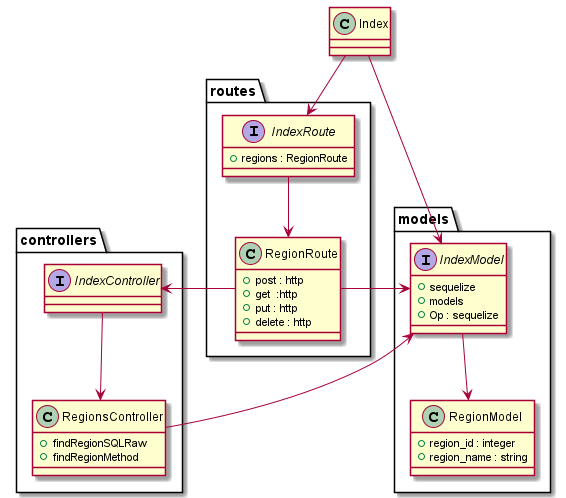
The PlantUML diagram out/99-uml-design/01-class-regions/class regions.png in daffadrm/codeid-nodejs-week2, before a commit.
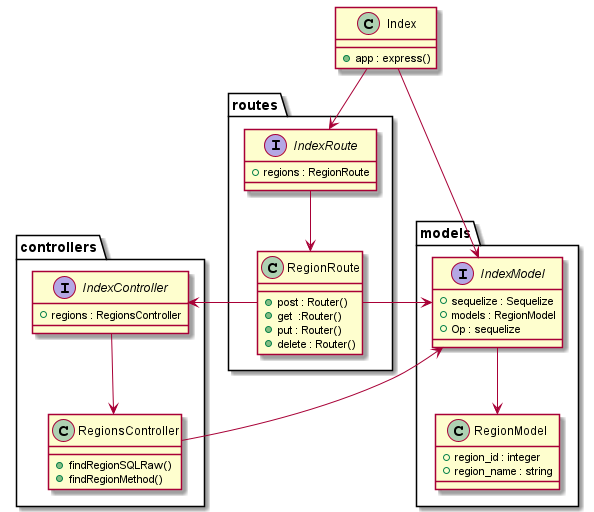
The same diagram one commit later.

Diff of the diagram source:
```diff
@@ -1,8 +1,8 @@
 @startuml class regions
 
   interface models.IndexModel {
-      +sequelize
-      +models
+      +sequelize : Sequelize
+      +models : RegionModel
       +Op : sequelize
   }
 
@@ -18,25 +18,25 @@
   }
 
   class routes.RegionRoute{
-    +post : http
-    +get  :http
-    +put : http
-    +delete : http
+    +post : Router()
+    +get  :Router()
+    +put : Router()
+    +delete : Router()
   }
 
 
 
   class Index {
-
+    +app : express()
   }
 
   interface controllers.IndexController{
-
+    +regions : RegionsController
   }
 
   class controllers.RegionsController{
-    +findRegionSQLRaw
-    +findRegionMethod
+    +findRegionSQLRaw()
+    +findRegionMethod()
   }
 
   routes.IndexRoute --> routes.RegionRoute
```
